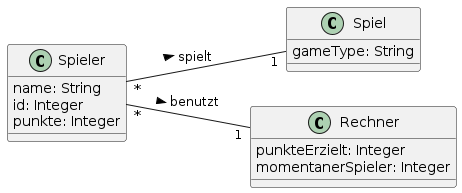
Before: images/diagram-classes.png, a diagram exported from PlantUML (2223-3bhif-syp/Dart-Scoring-App).
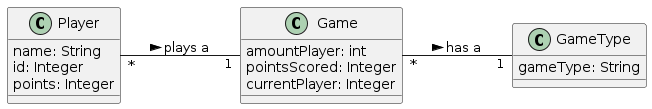
The same file after the commit.

The edit, as a diff of the source:
```diff
@@ -1,22 +1,23 @@
 @startuml
 left to right direction
 
-class Spiel{
+class GameType{
     gameType: String
 }
 
-class Spieler{
+class Player{
     name: String
     id: Integer
-    punkte: Integer
+    points: Integer
 }
 
-class Rechner{
-    punkteErzielt: Integer
-    momentanerSpieler: Integer
+class Game{
+    amountPlayer: int
+    pointsScored: Integer
+    currentPlayer: Integer
 }
 
+Player "*"--"1" Game : plays a >
+Game "*"--"1" GameType : has a >
 
-Spieler "*"--"1" Spiel : spielt >
-Spieler "*"--"1" Rechner : benutzt >
 @enduml
```
